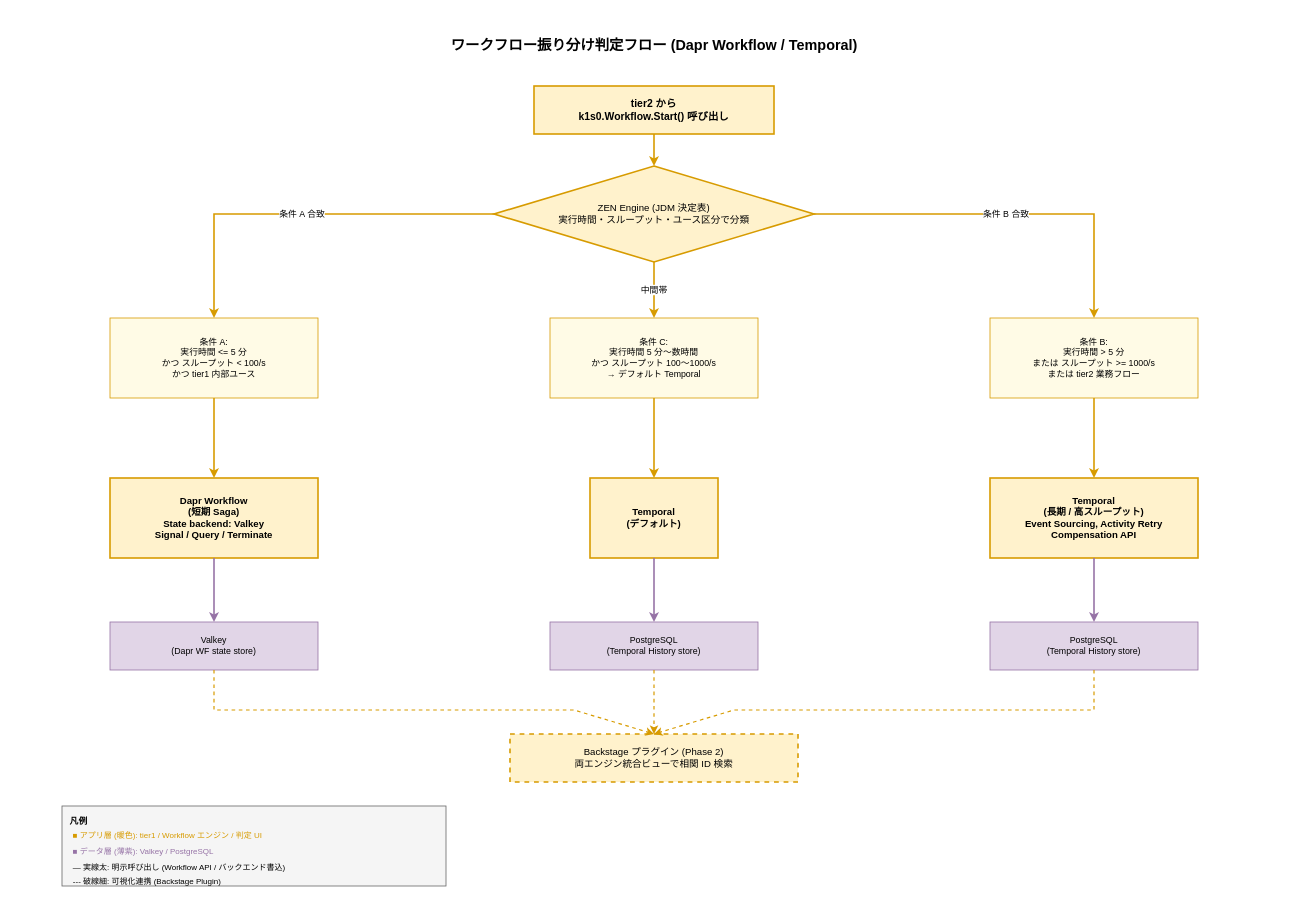
Before: docs/04_概要設計/40_制御方式設計/img/workflow_routing_decision.drawio in RyuheiKiso/k1s0, a draw.io diagram. Source tidied: cells renumbered, new cells numbered last; positions are measured from the earlier drawing's top-left corner, leaving out a move shared by most shapes. Both pictures are drawn from the tidied source at 80%, with x=0, y=0 at pixel (14, 14).
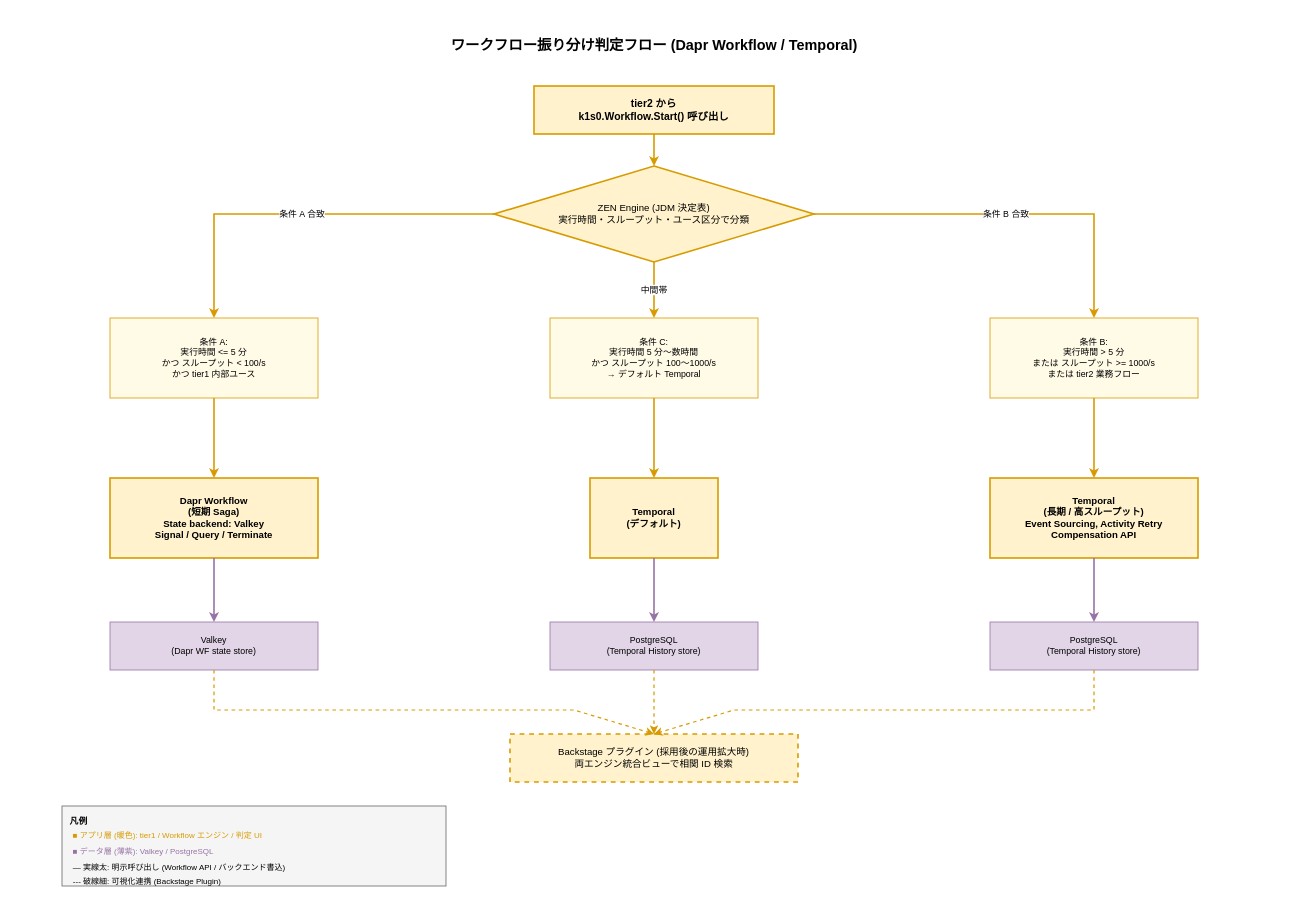
Above is the later version.

What changed in the source:
```diff
@@
-    <mxCell id="15" value="Backstage プラグイン (Phase 2)&#10;両エンジン統合ビューで相関 ID 検索" style="rounded=0;whiteSpace=wrap;html=1;fillColor=#fff2cc;strokeColor=#d79b00;fontSize=12;fontColor=#000000;strokeWidth=2;dashed=1;" parent="1" vertex="1">
+    <mxCell id="15" value="Backstage プラグイン (採用後の運用拡大時)&#10;両エンジン統合ビューで相関 ID 検索" style="rounded=0;whiteSpace=wrap;html=1;fillColor=#fff2cc;strokeColor=#d79b00;fontSize=12;fontColor=#000000;strokeWidth=2;dashed=1;" parent="1" vertex="1">
       <mxGeometry x="620" y="900" width="360" height="60" as="geometry" />
     </mxCell>
```
